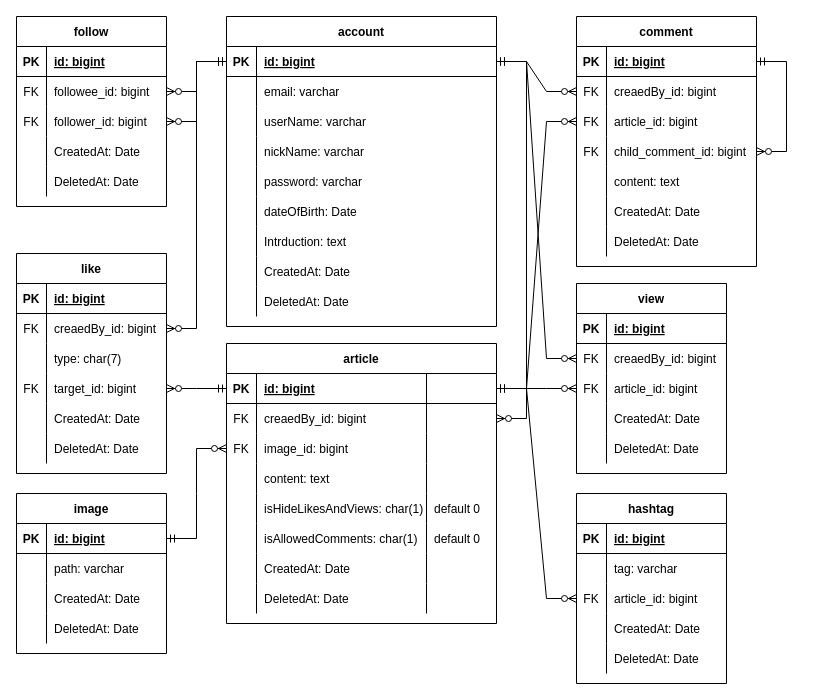
iksadNorth/instagram-copycat keeps this draw.io diagram as documents/domains.drawio. Above is the earlier version. Source tidied: cells renumbered, new cells numbered last; positions are measured from the earlier drawing's top-left corner, leaving out a move shared by most shapes. Both pictures are drawn from the tidied source at 100%, with x=0, y=0 at pixel (16, 16).
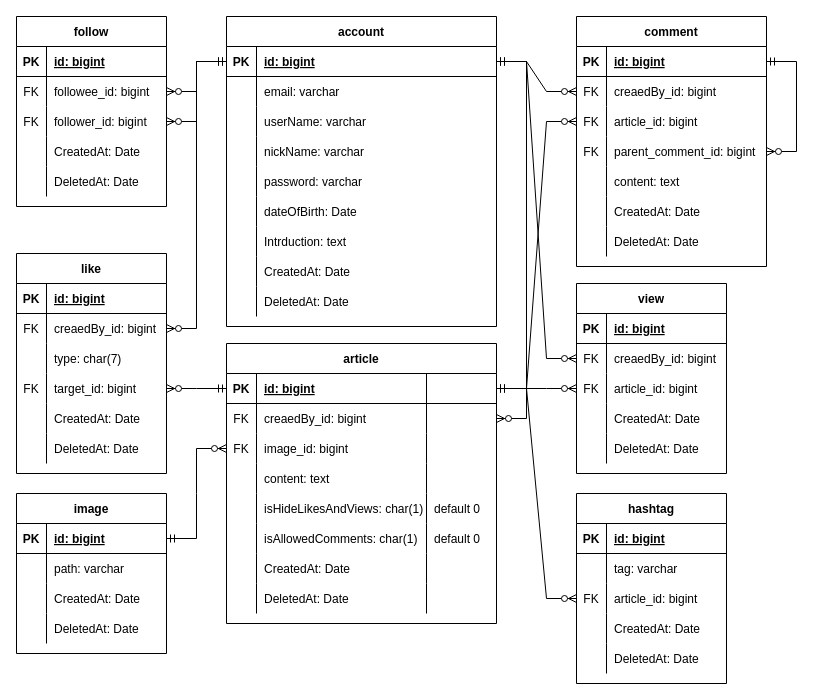
Above is the later version.

Commit message:
fix domains.drawio because of parent_comment_id in comment

Diff of the diagram source:
```diff
@@
     <mxCell id="143" value="comment" style="shape=table;startSize=30;childLayout=tableLayout;rowLines=0;fontStyle=1;align=center;" parent="1" vertex="1">
-      <mxGeometry x="560" width="180" height="250" as="geometry" />
+      <mxGeometry x="560" width="190" height="250" as="geometry" />
     </mxCell>
     <mxCell id="144" style="shape=tableRow;horizontal=0;startSize=0;swimlaneHead=0;swimlaneBody=0;fillColor=none;points=[[0,0.5],[1,0.5]];portConstraint=eastwest;top=0;left=0;right=0;bottom=1;" parent="143" vertex="1">
-      <mxGeometry y="30" width="180" height="30" as="geometry" />
+      <mxGeometry y="30" width="190" height="30" as="geometry" />
     </mxCell>
@@
     <mxCell id="146" value="id: bigint" style="shape=partialRectangle;fillColor=none;top=0;left=0;bottom=0;right=0;align=left;spacingLeft=6;fontStyle=5;overflow=hidden;" parent="144" vertex="1">
-      <mxGeometry x="30" width="150" height="30" as="geometry" />
+      <mxGeometry x="30" width="160" height="30" as="geometry" />
     </mxCell>
     <mxCell id="147" style="shape=tableRow;horizontal=0;startSize=0;swimlaneHead=0;swimlaneBody=0;fillColor=none;points=[[0,0.5],[1,0.5]];portConstraint=eastwest;top=0;left=0;right=0;bottom=0;" parent="143" vertex="1">
-      <mxGeometry y="60" width="180" height="30" as="geometry" />
+      <mxGeometry y="60" width="190" height="30" as="geometry" />
     </mxCell>
@@
     <mxCell id="149" value="creaedBy_id: bigint" style="shape=partialRectangle;fillColor=none;top=0;left=0;bottom=0;right=0;align=left;spacingLeft=6;overflow=hidden;" parent="147" vertex="1">
-      <mxGeometry x="30" width="150" height="30" as="geometry" />
+      <mxGeometry x="30" width="160" height="30" as="geometry" />
     </mxCell>
     <mxCell id="150" style="shape=tableRow;horizontal=0;startSize=0;swimlaneHead=0;swimlaneBody=0;fillColor=none;points=[[0,0.5],[1,0.5]];portConstraint=eastwest;top=0;left=0;right=0;bottom=0;" parent="143" vertex="1">
-      <mxGeometry y="90" width="180" height="30" as="geometry" />
+      <mxGeometry y="90" width="190" height="30" as="geometry" />
     </mxCell>
@@
     <mxCell id="152" value="article_id: bigint" style="shape=partialRectangle;fillColor=none;top=0;left=0;bottom=0;right=0;align=left;spacingLeft=6;overflow=hidden;" parent="150" vertex="1">
-      <mxGeometry x="30" width="150" height="30" as="geometry" />
+      <mxGeometry x="30" width="160" height="30" as="geometry" />
     </mxCell>
     <mxCell id="153" style="shape=tableRow;horizontal=0;startSize=0;swimlaneHead=0;swimlaneBody=0;fillColor=none;points=[[0,0.5],[1,0.5]];portConstraint=eastwest;top=0;left=0;right=0;bottom=0;" parent="143" vertex="1">
-      <mxGeometry y="120" width="180" height="30" as="geometry" />
+      <mxGeometry y="120" width="190" height="30" as="geometry" />
     </mxCell>
@@
-    <mxCell id="155" value="child_comment_id: bigint" style="shape=partialRectangle;fillColor=none;top=0;left=0;bottom=0;right=0;align=left;spacingLeft=6;overflow=hidden;" parent="153" vertex="1">
-      <mxGeometry x="30" width="150" height="30" as="geometry" />
+    <mxCell id="155" value="parent_comment_id: bigint" style="shape=partialRectangle;fillColor=none;top=0;left=0;bottom=0;right=0;align=left;spacingLeft=6;overflow=hidden;" parent="153" vertex="1">
+      <mxGeometry x="30" width="160" height="30" as="geometry" />
     </mxCell>
     <mxCell id="156" style="shape=tableRow;horizontal=0;startSize=0;swimlaneHead=0;swimlaneBody=0;fillColor=none;top=0;left=0;right=0;bottom=0;" parent="143" vertex="1">
-      <mxGeometry y="150" width="180" height="30" as="geometry" />
+      <mxGeometry y="150" width="190" height="30" as="geometry" />
     </mxCell>
@@
     <mxCell id="158" value="content: text" style="shape=partialRectangle;fillColor=none;top=0;left=0;bottom=0;right=0;align=left;spacingLeft=6;overflow=hidden;" parent="156" vertex="1">
-      <mxGeometry x="30" width="150" height="30" as="geometry" />
+      <mxGeometry x="30" width="160" height="30" as="geometry" />
     </mxCell>
     <mxCell id="159" style="shape=tableRow;horizontal=0;startSize=0;swimlaneHead=0;swimlaneBody=0;fillColor=none;top=0;left=0;right=0;bottom=0;" parent="143" vertex="1">
-      <mxGeometry y="180" width="180" height="30" as="geometry" />
+      <mxGeometry y="180" width="190" height="30" as="geometry" />
     </mxCell>
@@
     <mxCell id="161" value="CreatedAt: Date" style="shape=partialRectangle;fillColor=none;top=0;left=0;bottom=0;right=0;align=left;spacingLeft=6;overflow=hidden;" parent="159" vertex="1">
-      <mxGeometry x="30" width="150" height="30" as="geometry" />
+      <mxGeometry x="30" width="160" height="30" as="geometry" />
     </mxCell>
     <mxCell id="162" style="shape=tableRow;horizontal=0;startSize=0;swimlaneHead=0;swimlaneBody=0;fillColor=none;top=0;left=0;right=0;bottom=0;" parent="143" vertex="1">
-      <mxGeometry y="210" width="180" height="30" as="geometry" />
+      <mxGeometry y="210" width="190" height="30" as="geometry" />
     </mxCell>
@@
     <mxCell id="164" value="DeletedAt: Date " style="shape=partialRectangle;fillColor=none;top=0;left=0;bottom=0;right=0;align=left;spacingLeft=6;overflow=hidden;" parent="162" vertex="1">
-      <mxGeometry x="30" width="150" height="30" as="geometry" />
+      <mxGeometry x="30" width="160" height="30" as="geometry" />
     </mxCell>
```
